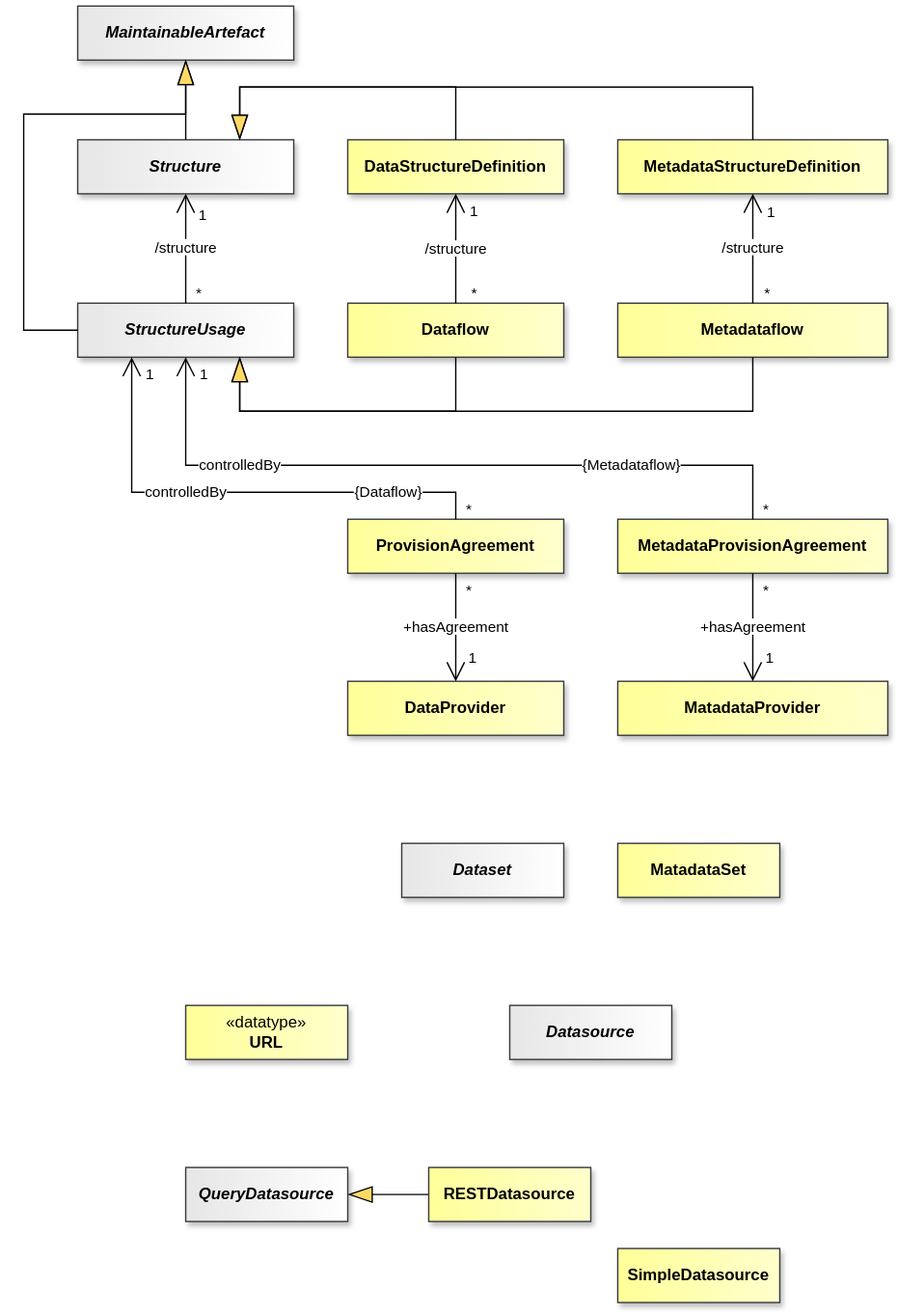
The draw.io diagram docs/information_model/media/sdmx_registry-dataprovisioning.svg in sdmx-twg/sdmx-im, before a commit. Source tidied: cells renumbered, new cells last; positions are measured from the earlier drawing's top-left corner, leaving out a move shared by most shapes.
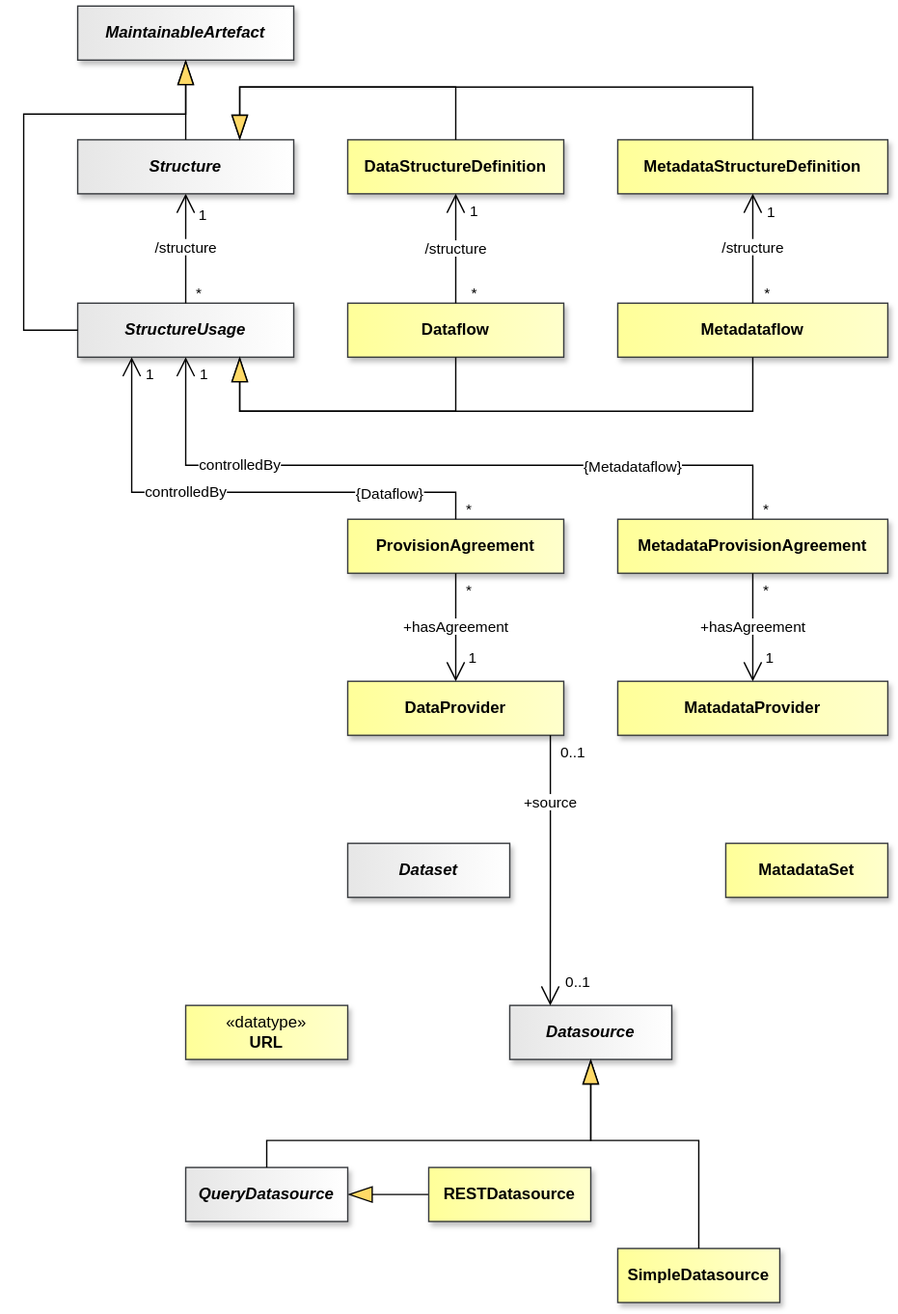
Above is the later version.

The edit, as a diff of the source:
```diff
@@ -223,10 +223,10 @@
       <mxGeometry x="440" y="380" width="200" height="40" as="geometry" />
     </mxCell>
     <mxCell id="72" value="&lt;span&gt;&lt;span&gt;MatadataSet&lt;/span&gt;&lt;/span&gt;" style="whiteSpace=wrap;html=1;verticalAlign=middle;gradientDirection=east;imageVerticalAlign=top;fontStyle=1;fillColor=light-dark(#FFFF99,#FFFF99);strokeColor=#36393d;fontColor=light-dark(#000000,#000000);gradientColor=light-dark(#FFFFCC,#FFFFCC);shadow=1;" parent="1" vertex="1">
-      <mxGeometry x="440" y="620" width="120" height="40" as="geometry" />
+      <mxGeometry x="520" y="620" width="120" height="40" as="geometry" />
     </mxCell>
     <mxCell id="73" value="Dataset" style="whiteSpace=wrap;html=1;verticalAlign=middle;gradientDirection=east;imageVerticalAlign=top;fontStyle=3;fillColor=light-dark(#E6E6E6,#E6E6E6);strokeColor=#36393d;fontColor=light-dark(#000000,#000000);gradientColor=light-dark(#FFFFFF,#FFFFFF);shadow=1;" parent="1" vertex="1">
-      <mxGeometry x="280" y="620" width="120" height="40" as="geometry" />
+      <mxGeometry x="240" y="620" width="120" height="40" as="geometry" />
     </mxCell>
     <mxCell id="74" style="endArrow=blockThin;endSize=16;endFill=1;html=1;rounded=0;entryX=1;entryY=0.5;entryDx=0;entryDy=0;startFill=0;endFillColor=light-dark(#FFD966,#FFD966);strokeColor=light-dark(#000000,#FFFFFF);startFillColor=light-dark(#000000,#FFFFFF);labelBackgroundColor=none;labelBorderColor=light-dark(#000000,#FFFFFF);exitX=0;exitY=0.5;exitDx=0;exitDy=0;" parent="1" edge="1" source="102" target="101">
       <mxGeometry x="-0.4" relative="1" as="geometry" />
@@ -379,5 +379,34 @@
     <mxCell id="104" value="&lt;span style=&quot;font-weight: normal;&quot;&gt;«datatype»&lt;/span&gt;&lt;br&gt;URL" style="whiteSpace=wrap;html=1;verticalAlign=middle;gradientDirection=east;imageVerticalAlign=top;fontStyle=1;fillColor=light-dark(#FFFF99,#FFFF99);strokeColor=#36393d;fontColor=light-dark(#000000,#000000);gradientColor=light-dark(#FFFFCC,#FFFFCC);shadow=1;" parent="1" vertex="1">
       <mxGeometry x="120" y="740" width="120" height="40" as="geometry" />
     </mxCell>
+    <mxCell id="105" style="endArrow=blockThin;endSize=16;endFill=1;html=1;rounded=0;entryX=0.5;entryY=1;entryDx=0;entryDy=0;startFill=0;endFillColor=light-dark(#FFD966,#FFD966);strokeColor=light-dark(#000000,#FFFFFF);startFillColor=light-dark(#000000,#FFFFFF);labelBackgroundColor=none;labelBorderColor=light-dark(#000000,#FFFFFF);exitX=0.5;exitY=0;exitDx=0;exitDy=0;" parent="1" edge="1" source="101" target="100">
+      <mxGeometry x="-0.4" relative="1" as="geometry">
+        <Array as="points">
+          <mxPoint x="180" y="840" />
+          <mxPoint x="420" y="840" />
+        </Array>
+      </mxGeometry>
+    </mxCell>
+    <mxCell id="106" style="endArrow=blockThin;endSize=16;endFill=1;html=1;rounded=0;entryX=0.5;entryY=1;entryDx=0;entryDy=0;startFill=0;endFillColor=light-dark(#FFD966,#FFD966);strokeColor=light-dark(#000000,#FFFFFF);startFillColor=light-dark(#000000,#FFFFFF);labelBackgroundColor=none;labelBorderColor=light-dark(#000000,#FFFFFF);exitX=0.5;exitY=0;exitDx=0;exitDy=0;" parent="1" edge="1" source="103" target="100">
+      <mxGeometry x="0.3" relative="1" as="geometry">
+        <Array as="points">
+          <mxPoint x="500" y="840" />
+          <mxPoint x="420" y="840" />
+        </Array>
+      </mxGeometry>
+    </mxCell>
+    <mxCell id="107" value="&lt;span style=&quot;background-color: light-dark(#ffffff, var(--ge-dark-color, #121212));&quot;&gt;+source&lt;/span&gt;" style="endArrow=open;html=1;endSize=12;startArrow=none;startSize=20;startFill=0;edgeStyle=orthogonalEdgeStyle;rounded=0;endFill=0;strokeColor=light-dark(#000000,#FFFFFF);fontColor=light-dark(#000000,#FFFFFF);labelBackgroundColor=none;entryX=0.25;entryY=0;entryDx=0;entryDy=0;exitX=0.938;exitY=0.995;exitDx=0;exitDy=0;exitPerimeter=0;" parent="1" edge="1" source="65" target="100">
+      <mxGeometry x="-0.5" relative="1" as="geometry" />
+    </mxCell>
+    <mxCell id="108" value="0..1" style="edgeLabel;html=1;align=left;verticalAlign=top;labelBackgroundColor=none;fontColor=light-dark(#000000,#FFFFFF);" parent="107" vertex="1">
+      <mxGeometry x="-1" relative="1" as="geometry">
+        <mxPoint x="6" as="offset" />
+      </mxGeometry>
+    </mxCell>
+    <mxCell id="109" value="0..1" style="edgeLabel;html=1;align=right;verticalAlign=top;labelBackgroundColor=none;fontColor=light-dark(#000000,#FFFFFF);" parent="107" vertex="1">
+      <mxGeometry x="1" relative="1" as="geometry">
+        <mxPoint x="30" y="-30" as="offset" />
+      </mxGeometry>
+    </mxCell>
   </root>
 </mxGraphModel>
```
